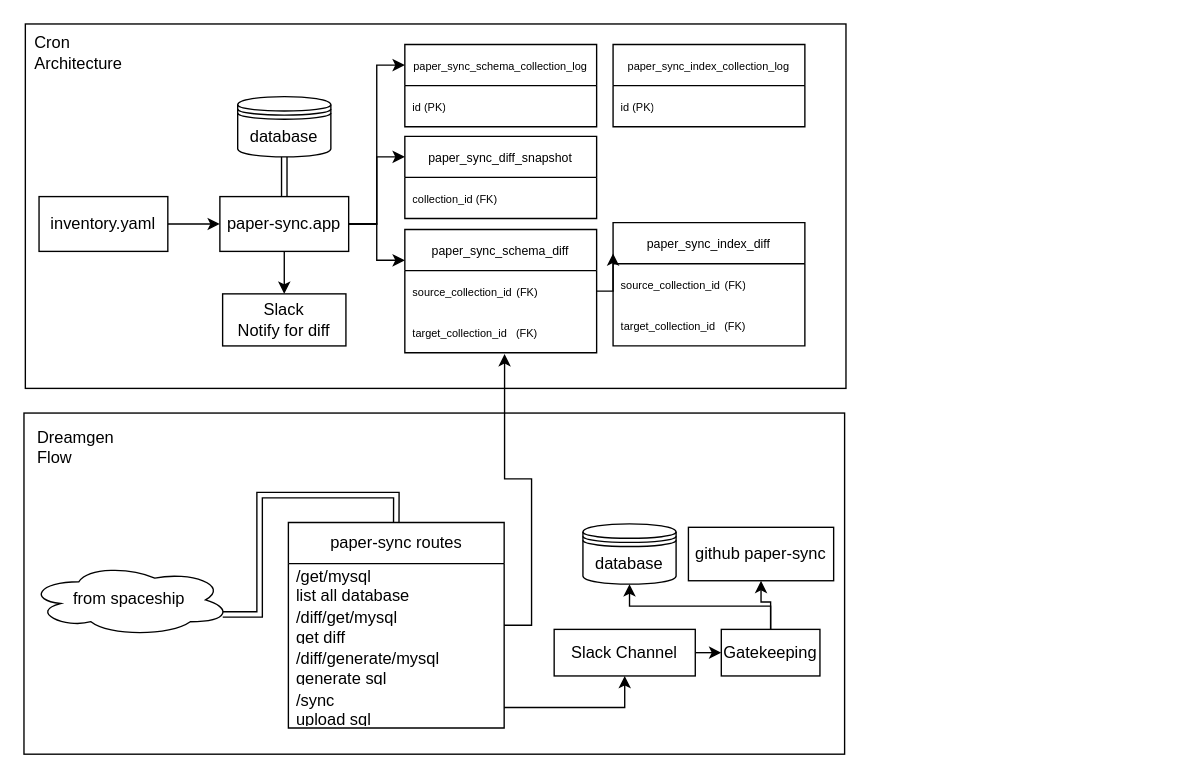
Earlier version of the draw.io diagram paper-sync-dreamgen/paper-sync.drawio (mohamadfhatir/diagram). Source tidied: cells renumbered, new cells numbered last; positions are measured from the earlier drawing's top-left corner, leaving out a move shared by most shapes. Both pictures are drawn from the tidied source at 137%, with x=0, y=0 at pixel (23, 23).
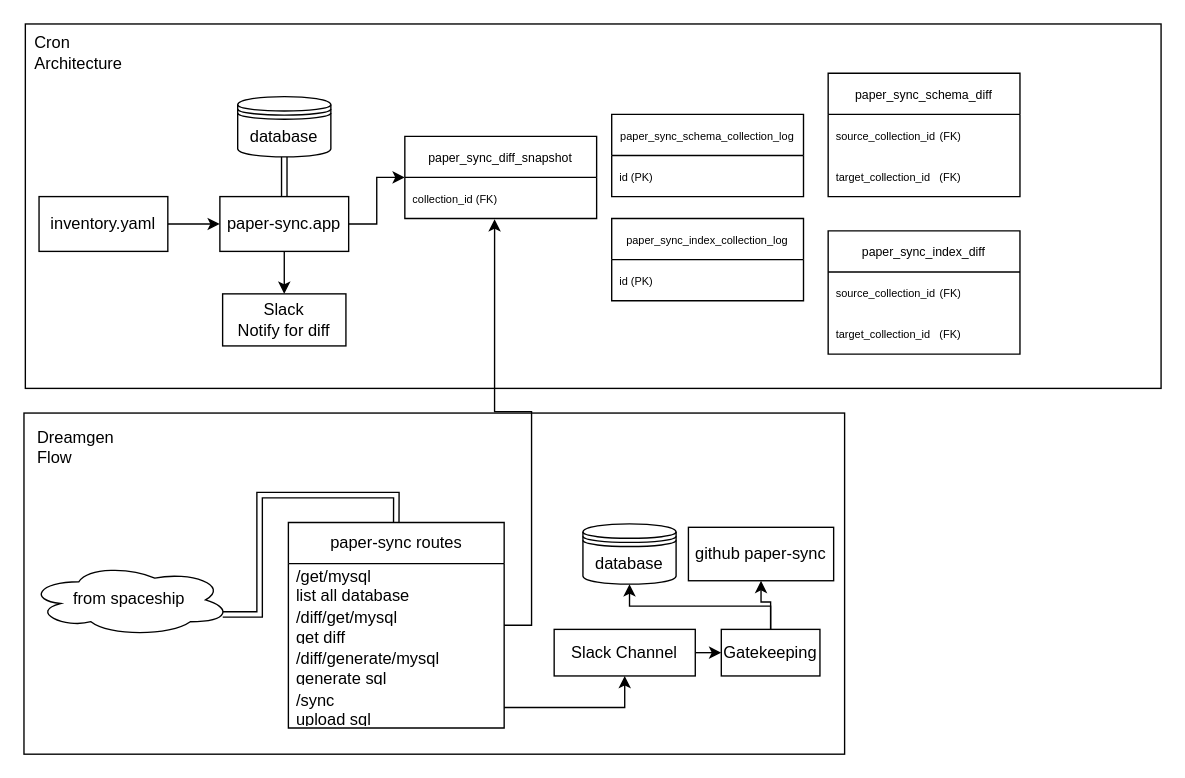
After the change.

The change refers to these unchanged cells:
```xml
<mxCell id="9" value="paper-sync.app" style="rounded=0;whiteSpace=wrap;html=1;" parent="1" vertex="1">
  <mxGeometry x="143" y="126" width="94" height="40" as="geometry" />
</mxCell>
<mxCell id="14" value="&lt;span&gt;&lt;/span&gt;&lt;span&gt;&lt;/span&gt;&lt;span&gt;&lt;/span&gt;&lt;span style=&quot;white-space-collapse: preserve;&quot;&gt;&lt;font style=&quot;font-size: 9px;&quot;&gt;paper_sync_diff_snapshot&lt;/font&gt;&lt;/span&gt;" style="swimlane;fontStyle=0;horizontal=1;startSize=30;whiteSpace=wrap;html=1;" parent="1" vertex="1">
  <mxGeometry x="278" y="82" width="140" height="60" as="geometry" />
</mxCell>
<mxCell id="15" value="&lt;span&gt;&lt;/span&gt;&lt;span&gt;&lt;/span&gt;&lt;span&gt;&lt;/span&gt;&lt;span style=&quot;white-space-collapse: preserve;&quot;&gt;&lt;font style=&quot;font-size: 8px;&quot;&gt;collection_id (FK)&lt;/font&gt;&lt;/span&gt;" style="text;strokeColor=none;fillColor=none;align=left;verticalAlign=middle;spacingLeft=4;spacingRight=4;overflow=hidden;points=[[0,0.5],[1,0.5]];portConstraint=eastwest;whiteSpace=wrap;html=1;" parent="14" vertex="1">
  <mxGeometry y="30" width="140" height="30" as="geometry" />
</mxCell>
<mxCell id="23" value="/diff/get/mysql&lt;div&gt;get diff&lt;/div&gt;" style="text;strokeColor=none;fillColor=none;align=left;verticalAlign=middle;spacingLeft=4;spacingRight=4;overflow=hidden;points=[[0,0.5],[1,0.5]];portConstraint=eastwest;whiteSpace=wrap;html=1;" parent="21" vertex="1">
  <mxGeometry y="60" width="157.5" height="30" as="geometry" />
</mxCell>
<mxCell id="37" value="&lt;span&gt;&lt;/span&gt;&lt;span style=&quot;font-size: 8px; white-space-collapse: preserve;&quot;&gt;source_collection_id&lt;/span&gt;&amp;nbsp;&lt;font style=&quot;font-size: 8px;&quot;&gt;(FK)&lt;/font&gt;" style="text;strokeColor=none;fillColor=none;align=left;verticalAlign=middle;spacingLeft=4;spacingRight=4;overflow=hidden;points=[[0,0.5],[1,0.5]];portConstraint=eastwest;whiteSpace=wrap;html=1;" parent="36" vertex="1">
  <mxGeometry y="30" width="140" height="30" as="geometry" />
</mxCell>
<mxCell id="38" value="&lt;span&gt;&lt;/span&gt;&lt;span style=&quot;font-size: 8px; white-space-collapse: preserve;&quot;&gt;target_collection_id&lt;/span&gt;&amp;nbsp; &lt;font style=&quot;font-size: 8px;&quot;&gt;(FK)&lt;/font&gt;" style="text;strokeColor=none;fillColor=none;align=left;verticalAlign=middle;spacingLeft=4;spacingRight=4;overflow=hidden;points=[[0,0.5],[1,0.5]];portConstraint=eastwest;whiteSpace=wrap;html=1;" parent="36" vertex="1">
  <mxGeometry y="60" width="140" height="30" as="geometry" />
</mxCell>
```

The edit, as a diff of the source:
```diff
@@
     <mxCell id="2" style="rounded=0;whiteSpace=wrap;html=1;" parent="1" vertex="1">
-      <mxGeometry x="1" width="599" height="266" as="geometry" />
+      <mxGeometry x="1" width="829" height="266" as="geometry" />
     </mxCell>
@@
-    <mxCell id="6" style="edgeStyle=orthogonalEdgeStyle;rounded=0;jettySize=auto;html=1;exitX=1;exitY=0.5;exitDx=0;exitDy=0;entryX=0;entryY=0.25;entryDx=0;entryDy=0;" parent="1" edge="1" source="9" target="12">
-      <mxGeometry relative="1" as="geometry" />
-    </mxCell>
-    <mxCell id="7" style="edgeStyle=orthogonalEdgeStyle;rounded=0;jettySize=auto;html=1;exitX=1;exitY=0.5;exitDx=0;exitDy=0;entryX=0;entryY=0.25;entryDx=0;entryDy=0;" parent="1" edge="1" source="9" target="14">
+    <mxCell id="7" style="edgeStyle=orthogonalEdgeStyle;rounded=0;jettySize=auto;html=1;exitX=1;exitY=0.5;exitDx=0;exitDy=0;" parent="1" edge="1" source="9" target="14">
       <mxGeometry relative="1" as="geometry" />
     </mxCell>
-    <mxCell id="8" style="edgeStyle=orthogonalEdgeStyle;rounded=0;jettySize=auto;html=1;exitX=1;exitY=0.5;exitDx=0;exitDy=0;entryX=0;entryY=0.25;entryDx=0;entryDy=0;" parent="1" edge="1" source="9" target="36">
-      <mxGeometry relative="1" as="geometry" />
-    </mxCell>
@@
     <mxCell id="12" value="&lt;span&gt;&lt;/span&gt;&lt;span&gt;&lt;/span&gt;&lt;span style=&quot;white-space-collapse: preserve;&quot;&gt;&lt;font style=&quot;font-size: 8px;&quot;&gt;paper_sync_schema_collection_log&lt;/font&gt;&lt;/span&gt;" style="swimlane;fontStyle=0;horizontal=1;startSize=30;whiteSpace=wrap;html=1;" parent="1" vertex="1">
-      <mxGeometry x="278" y="15" width="140" height="60" as="geometry" />
+      <mxGeometry x="429" y="66" width="140" height="60" as="geometry" />
     </mxCell>
@@
     <mxCell id="36" value="&lt;span&gt;&lt;/span&gt;&lt;span&gt;&lt;/span&gt;&lt;span&gt;&lt;/span&gt;&lt;span style=&quot;white-space-collapse: preserve;&quot;&gt;&lt;font style=&quot;font-size: 9px;&quot;&gt;paper_sync_schema_diff&lt;/font&gt;&lt;/span&gt;" style="swimlane;fontStyle=0;horizontal=1;startSize=30;whiteSpace=wrap;html=1;" parent="1" vertex="1">
-      <mxGeometry x="278" y="150" width="140" height="90" as="geometry" />
+      <mxGeometry x="587" y="36" width="140" height="90" as="geometry" />
     </mxCell>
@@
-    <mxCell id="39" style="edgeStyle=orthogonalEdgeStyle;rounded=0;jettySize=auto;html=1;exitX=1;exitY=0.5;exitDx=0;exitDy=0;entryX=0.52;entryY=1.03;entryDx=0;entryDy=0;entryPerimeter=0;" parent="1" edge="1" source="23" target="38">
-      <mxGeometry relative="1" as="geometry" />
-    </mxCell>
     <mxCell id="40" value="&lt;span&gt;&lt;/span&gt;&lt;span&gt;&lt;/span&gt;&lt;span style=&quot;white-space-collapse: preserve;&quot;&gt;&lt;font style=&quot;font-size: 8px;&quot;&gt;paper_sync_index_collection_log&lt;/font&gt;&lt;/span&gt;" style="swimlane;fontStyle=0;horizontal=1;startSize=30;whiteSpace=wrap;html=1;" parent="1" vertex="1">
-      <mxGeometry x="430" y="15" width="140" height="60" as="geometry" />
+      <mxGeometry x="429" y="142" width="140" height="60" as="geometry" />
     </mxCell>
@@
     <mxCell id="42" value="&lt;span&gt;&lt;/span&gt;&lt;span&gt;&lt;/span&gt;&lt;span&gt;&lt;/span&gt;&lt;span style=&quot;white-space-collapse: preserve;&quot;&gt;&lt;font style=&quot;font-size: 9px;&quot;&gt;paper_sync_index_diff&lt;/font&gt;&lt;/span&gt;" style="swimlane;fontStyle=0;horizontal=1;startSize=30;whiteSpace=wrap;html=1;" parent="1" vertex="1">
-      <mxGeometry x="430" y="145" width="140" height="90" as="geometry" />
+      <mxGeometry x="587" y="151" width="140" height="90" as="geometry" />
     </mxCell>
@@
-    <mxCell id="45" style="edgeStyle=orthogonalEdgeStyle;rounded=0;jettySize=auto;html=1;exitX=1;exitY=0.5;exitDx=0;exitDy=0;entryX=0;entryY=0.25;entryDx=0;entryDy=0;" parent="1" edge="1" source="37" target="42">
-      <mxGeometry relative="1" as="geometry" />
-    </mxCell>
+    <mxCell id="46" style="edgeStyle=orthogonalEdgeStyle;rounded=0;jettySize=auto;html=1;exitX=1;exitY=0.5;exitDx=0;exitDy=0;entryX=0.468;entryY=1.017;entryDx=0;entryDy=0;entryPerimeter=0;" parent="1" edge="1" source="23" target="15">
+      <mxGeometry relative="1" as="geometry" />
+    </mxCell>
```
